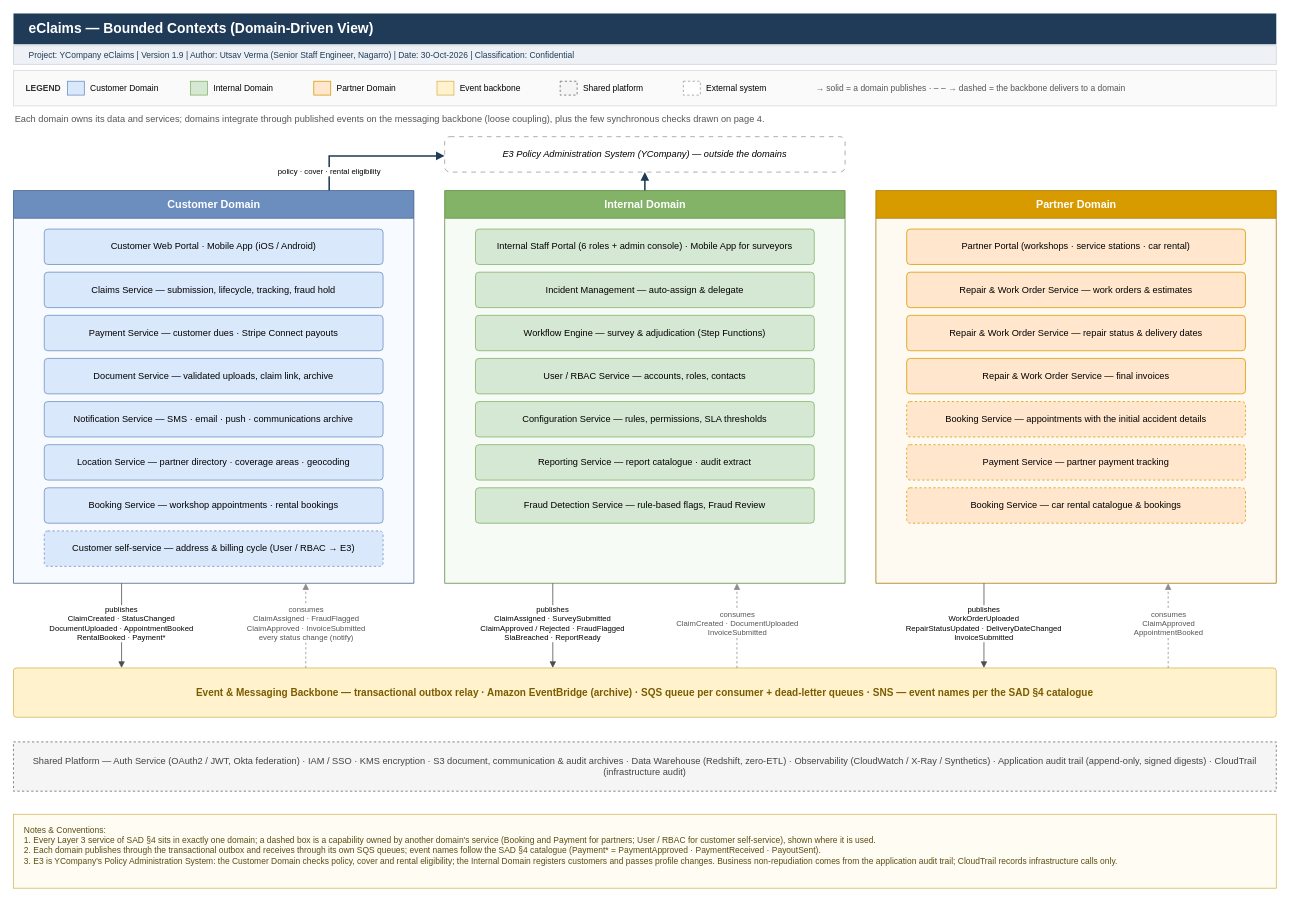
Before: page "Bounded Contexts (Domain View)" (7 of 8) of docs/sad/architecture-diagram.drawio.xml in Utsaverma/insurance-portal, a draw.io diagram. Source tidied: cells renumbered, new cells numbered last; positions are measured from the earlier drawing's top-left corner, leaving out a move shared by most shapes. Both pictures are drawn from the tidied source at 77%, with x=0, y=0 at pixel (13, 13).
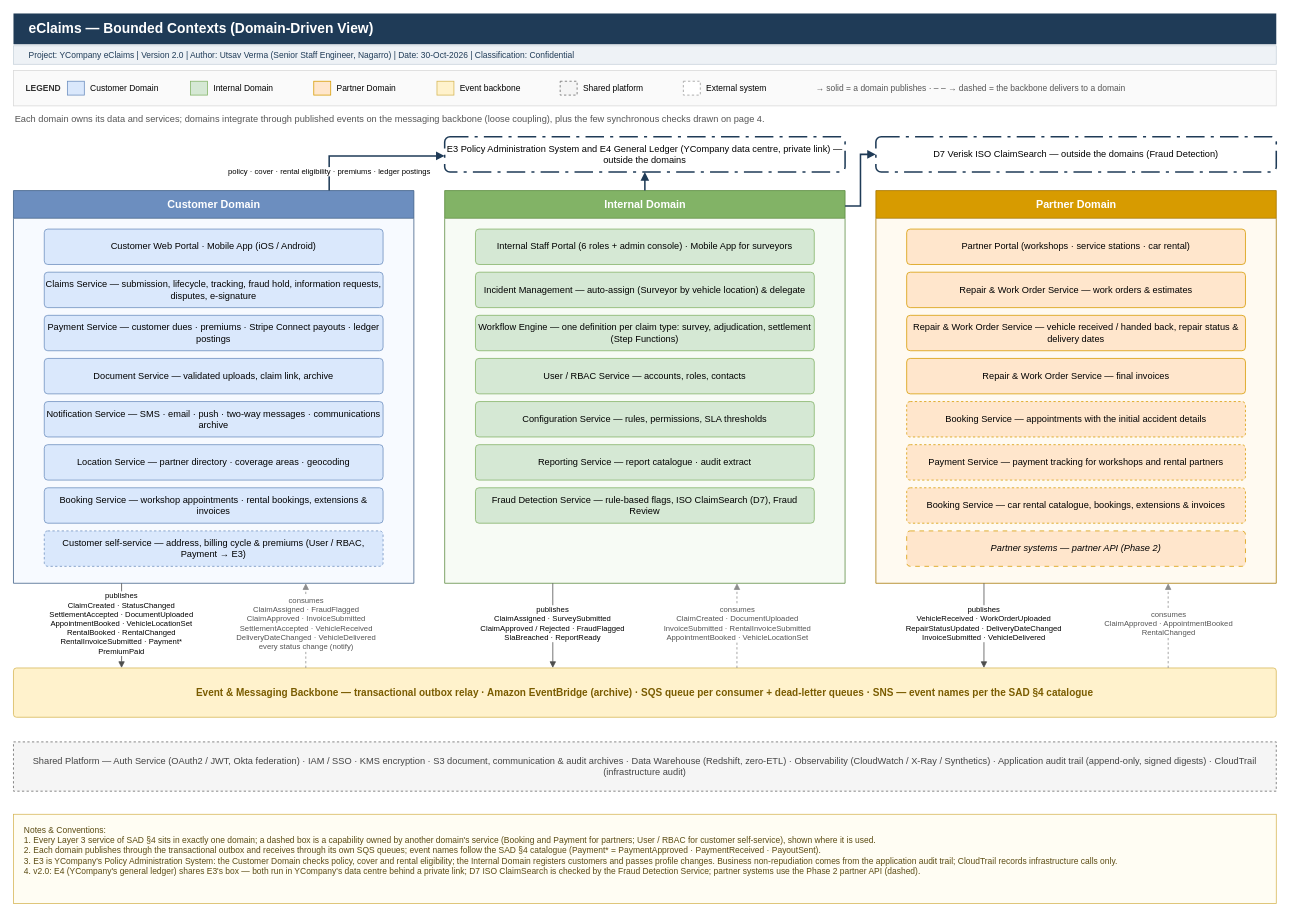
After the change.

The change refers to these unchanged cells:
```xml
<mxCell id="19" value="Customer Domain" style="swimlane;html=1;startSize=36;fontStyle=1;fontSize=14;fontColor=#ffffff;fillColor=#6c8ebf;strokeColor=#3f5f86;swimlaneFillColor=#f7faff;" parent="1" vertex="1">
  <mxGeometry y="230" width="520" height="510" as="geometry" />
</mxCell>
<mxCell id="28" value="Internal Domain" style="swimlane;html=1;startSize=36;fontStyle=1;fontSize=14;fontColor=#ffffff;fillColor=#82b366;strokeColor=#5b8a3f;swimlaneFillColor=#f7fbf5;" parent="1" vertex="1">
  <mxGeometry x="560" y="230" width="520" height="510" as="geometry" />
</mxCell>
<mxCell id="36" value="Partner Domain" style="swimlane;html=1;startSize=36;fontStyle=1;fontSize=14;fontColor=#ffffff;fillColor=#d79b00;strokeColor=#a67600;swimlaneFillColor=#fffaf1;" parent="1" vertex="1">
  <mxGeometry x="1120" y="230" width="520" height="510" as="geometry" />
</mxCell>
<mxCell id="45" value="Event &amp;amp; Messaging Backbone — transactional outbox relay · Amazon EventBridge (archive) · SQS queue per consumer + dead-letter queues · SNS — event names per the SAD §4 catalogue" style="rounded=1;whiteSpace=wrap;html=1;arcSize=6;fontSize=13;fontStyle=1;fillColor=#fff2cc;strokeColor=#d6b656;fontColor=#7a5c00;" parent="1" vertex="1">
  <mxGeometry y="850" width="1640" height="64" as="geometry" />
</mxCell>
```

Diff of the diagram source:
```diff
@@
-    <mxCell id="3" value="Project: YCompany eClaims    |    Version 1.9    |    Author: Utsav Verma (Senior Staff Engineer, Nagarro)    |    Date: 30-Oct-2026    |    Classification: Confidential" style="rounded=0;whiteSpace=wrap;html=1;fillColor=#eef2f6;strokeColor=#c9d3dc;fontColor=#1f3b57;fontSize=11;align=left;verticalAlign=middle;spacingLeft=18;" parent="1" vertex="1">
+    <mxCell id="3" value="Project: YCompany eClaims    |    Version 2.0    |    Author: Utsav Verma (Senior Staff Engineer, Nagarro)    |    Date: 30-Oct-2026    |    Classification: Confidential" style="rounded=0;whiteSpace=wrap;html=1;fillColor=#eef2f6;strokeColor=#c9d3dc;fontColor=#1f3b57;fontSize=11;align=left;verticalAlign=middle;spacingLeft=18;" parent="1" vertex="1">
       <mxGeometry y="42" width="1640" height="24" as="geometry" />
     </mxCell>
@@
-    <mxCell id="21" value="Claims Service — submission, lifecycle, tracking, fraud hold" style="rounded=1;whiteSpace=wrap;html=1;arcSize=10;fontSize=12;fillColor=#dae8fc;strokeColor=#6c8ebf;" parent="19" vertex="1">
+    <mxCell id="21" value="Claims Service — submission, lifecycle, tracking, fraud hold, information requests, disputes, e-signature" style="rounded=1;whiteSpace=wrap;html=1;arcSize=10;fontSize=12;fillColor=#dae8fc;strokeColor=#6c8ebf;" parent="19" vertex="1">
       <mxGeometry x="40" y="106" width="440" height="46" as="geometry" />
     </mxCell>
-    <mxCell id="22" value="Payment Service — customer dues · Stripe Connect payouts" style="rounded=1;whiteSpace=wrap;html=1;arcSize=10;fontSize=12;fillColor=#dae8fc;strokeColor=#6c8ebf;" parent="19" vertex="1">
+    <mxCell id="22" value="Payment Service — customer dues · premiums · Stripe Connect payouts · ledger postings" style="rounded=1;whiteSpace=wrap;html=1;arcSize=10;fontSize=12;fillColor=#dae8fc;strokeColor=#6c8ebf;" parent="19" vertex="1">
       <mxGeometry x="40" y="162" width="440" height="46" as="geometry" />
     </mxCell>
@@
-    <mxCell id="24" value="Notification Service — SMS · email · push · communications archive" style="rounded=1;whiteSpace=wrap;html=1;arcSize=10;fontSize=12;fillColor=#dae8fc;strokeColor=#6c8ebf;" parent="19" vertex="1">
+    <mxCell id="24" value="Notification Service — SMS · email · push · two-way messages · communications archive" style="rounded=1;whiteSpace=wrap;html=1;arcSize=10;fontSize=12;fillColor=#dae8fc;strokeColor=#6c8ebf;" parent="19" vertex="1">
       <mxGeometry x="40" y="274" width="440" height="46" as="geometry" />
     </mxCell>
@@
-    <mxCell id="26" value="Booking Service — workshop appointments · rental bookings" style="rounded=1;whiteSpace=wrap;html=1;arcSize=10;fontSize=12;fillColor=#dae8fc;strokeColor=#6c8ebf;" parent="19" vertex="1">
+    <mxCell id="26" value="Booking Service — workshop appointments · rental bookings, extensions &amp;amp; invoices" style="rounded=1;whiteSpace=wrap;html=1;arcSize=10;fontSize=12;fillColor=#dae8fc;strokeColor=#6c8ebf;" parent="19" vertex="1">
       <mxGeometry x="40" y="386" width="440" height="46" as="geometry" />
     </mxCell>
-    <mxCell id="27" value="Customer self-service — address &amp;amp; billing cycle (User / RBAC → E3)" style="rounded=1;whiteSpace=wrap;html=1;arcSize=10;fontSize=12;fillColor=#dae8fc;strokeColor=#6c8ebf;dashed=1;" parent="19" vertex="1">
+    <mxCell id="27" value="Customer self-service — address, billing cycle &amp;amp; premiums (User / RBAC, Payment → E3)" style="rounded=1;whiteSpace=wrap;html=1;arcSize=10;fontSize=12;fillColor=#dae8fc;strokeColor=#6c8ebf;dashed=1;" parent="19" vertex="1">
       <mxGeometry x="40" y="442" width="440" height="46" as="geometry" />
     </mxCell>
@@
-    <mxCell id="30" value="Incident Management — auto-assign &amp;amp; delegate" style="rounded=1;whiteSpace=wrap;html=1;arcSize=10;fontSize=12;fillColor=#d5e8d4;strokeColor=#82b366;" parent="28" vertex="1">
+    <mxCell id="30" value="Incident Management — auto-assign (Surveyor by vehicle location) &amp;amp; delegate" style="rounded=1;whiteSpace=wrap;html=1;arcSize=10;fontSize=12;fillColor=#d5e8d4;strokeColor=#82b366;" parent="28" vertex="1">
       <mxGeometry x="40" y="106" width="440" height="46" as="geometry" />
     </mxCell>
-    <mxCell id="31" value="Workflow Engine — survey &amp;amp; adjudication (Step Functions)" style="rounded=1;whiteSpace=wrap;html=1;arcSize=10;fontSize=12;fillColor=#d5e8d4;strokeColor=#82b366;" parent="28" vertex="1">
+    <mxCell id="31" value="Workflow Engine — one definition per claim type: survey, adjudication, settlement (Step Functions)" style="rounded=1;whiteSpace=wrap;html=1;arcSize=10;fontSize=12;fillColor=#d5e8d4;strokeColor=#82b366;" parent="28" vertex="1">
       <mxGeometry x="40" y="162" width="440" height="46" as="geometry" />
     </mxCell>
@@
-    <mxCell id="35" value="Fraud Detection Service — rule-based flags, Fraud Review" style="rounded=1;whiteSpace=wrap;html=1;arcSize=10;fontSize=12;fillColor=#d5e8d4;strokeColor=#82b366;" parent="28" vertex="1">
+    <mxCell id="35" value="Fraud Detection Service — rule-based flags, ISO ClaimSearch (D7), Fraud Review" style="rounded=1;whiteSpace=wrap;html=1;arcSize=10;fontSize=12;fillColor=#d5e8d4;strokeColor=#82b366;" parent="28" vertex="1">
       <mxGeometry x="40" y="386" width="440" height="46" as="geometry" />
     </mxCell>
@@
-    <mxCell id="39" value="Repair &amp;amp; Work Order Service — repair status &amp;amp; delivery dates" style="rounded=1;whiteSpace=wrap;html=1;arcSize=10;fontSize=12;fillColor=#ffe6cc;strokeColor=#d79b00;" parent="36" vertex="1">
+    <mxCell id="39" value="Repair &amp;amp; Work Order Service — vehicle received / handed back, repair status &amp;amp; delivery dates" style="rounded=1;whiteSpace=wrap;html=1;arcSize=10;fontSize=12;fillColor=#ffe6cc;strokeColor=#d79b00;" parent="36" vertex="1">
       <mxGeometry x="40" y="162" width="440" height="46" as="geometry" />
     </mxCell>
@@
-    <mxCell id="42" value="Payment Service — partner payment tracking" style="rounded=1;whiteSpace=wrap;html=1;arcSize=10;fontSize=12;fillColor=#ffe6cc;strokeColor=#d79b00;dashed=1;" parent="36" vertex="1">
+    <mxCell id="42" value="Payment Service — payment tracking for workshops and rental partners" style="rounded=1;whiteSpace=wrap;html=1;arcSize=10;fontSize=12;fillColor=#ffe6cc;strokeColor=#d79b00;dashed=1;" parent="36" vertex="1">
       <mxGeometry x="40" y="330" width="440" height="46" as="geometry" />
     </mxCell>
-    <mxCell id="43" value="Booking Service — car rental catalogue &amp;amp; bookings" style="rounded=1;whiteSpace=wrap;html=1;arcSize=10;fontSize=12;fillColor=#ffe6cc;strokeColor=#d79b00;dashed=1;" parent="36" vertex="1">
+    <mxCell id="43" value="Booking Service — car rental catalogue, bookings, extensions &amp;amp; invoices" style="rounded=1;whiteSpace=wrap;html=1;arcSize=10;fontSize=12;fillColor=#ffe6cc;strokeColor=#d79b00;dashed=1;" parent="36" vertex="1">
       <mxGeometry x="40" y="386" width="440" height="46" as="geometry" />
     </mxCell>
-    <mxCell id="44" value="E3 Policy Administration System (YCompany) — outside the domains" style="rounded=1;whiteSpace=wrap;html=1;dashed=1;dashPattern=6 6;fillColor=#ffffff;strokeColor=#999999;fontStyle=2;fontSize=12;" parent="1" vertex="1">
+    <mxCell id="44" value="E3 Policy Administration System and E4 General Ledger (YCompany data centre, private link) — outside the domains" style="rounded=1;whiteSpace=wrap;html=1;dashed=1;dashPattern=12 4 2 4;fillColor=#ffffff;strokeColor=#1f3b57;strokeWidth=2;fontSize=12;" parent="1" vertex="1">
       <mxGeometry x="560" y="160" width="520" height="46" as="geometry" />
     </mxCell>
@@
-    <mxCell id="47" value="publishes&lt;br&gt;ClaimCreated · StatusChanged&lt;br&gt;DocumentUploaded · AppointmentBooked&lt;br&gt;RentalBooked · Payment*" style="edgeStyle=orthogonalEdgeStyle;rounded=0;html=1;fontSize=11;labelBackgroundColor=#ffffff;endArrow=block;endFill=1;jumpStyle=arc;jumpSize=8;strokeColor=#4d4d4d;fontSize=10;exitX=0.27;exitY=1;exitDx=0;exitDy=0;exitPerimeter=0;entryX=0.0856;entryY=0;entryDx=0;entryDy=0;entryPerimeter=0;" parent="1" edge="1" source="19" target="45">
+    <mxCell id="47" value="publishes&lt;br&gt;ClaimCreated · StatusChanged&lt;br&gt;SettlementAccepted · DocumentUploaded&lt;br&gt;AppointmentBooked · VehicleLocationSet&lt;br&gt;RentalBooked · RentalChanged&lt;br&gt;RentalInvoiceSubmitted · Payment*&lt;br&gt;PremiumPaid" style="edgeStyle=orthogonalEdgeStyle;rounded=0;html=1;fontSize=11;labelBackgroundColor=#ffffff;endArrow=block;endFill=1;jumpStyle=arc;jumpSize=8;strokeColor=#4d4d4d;fontSize=10;exitX=0.27;exitY=1;exitDx=0;exitDy=0;exitPerimeter=0;entryX=0.0856;entryY=0;entryDx=0;entryDy=0;entryPerimeter=0;" parent="1" edge="1" source="19" target="45">
       <mxGeometry x="-0.05" relative="1" as="geometry" />
     </mxCell>
-    <mxCell id="48" value="consumes&lt;br&gt;ClaimAssigned · FraudFlagged&lt;br&gt;ClaimApproved · InvoiceSubmitted&lt;br&gt;every status change (notify)" style="edgeStyle=orthogonalEdgeStyle;rounded=0;html=1;fontSize=11;labelBackgroundColor=#ffffff;endArrow=block;endFill=1;jumpStyle=arc;jumpSize=8;strokeColor=#8c8c8c;dashed=1;fontSize=10;fontColor=#555555;exitX=0.2315;exitY=0;exitDx=0;exitDy=0;exitPerimeter=0;entryX=0.73;entryY=1;entryDx=0;entryDy=0;entryPerimeter=0;" parent="1" edge="1" source="45" target="19">
+    <mxCell id="48" value="consumes&lt;br&gt;ClaimAssigned · FraudFlagged&lt;br&gt;ClaimApproved · InvoiceSubmitted&lt;br&gt;SettlementAccepted · VehicleReceived&lt;br&gt;DeliveryDateChanged · VehicleDelivered&lt;br&gt;every status change (notify)" style="edgeStyle=orthogonalEdgeStyle;rounded=0;html=1;fontSize=11;labelBackgroundColor=#ffffff;endArrow=block;endFill=1;jumpStyle=arc;jumpSize=8;strokeColor=#8c8c8c;dashed=1;fontSize=10;fontColor=#555555;exitX=0.2315;exitY=0;exitDx=0;exitDy=0;exitPerimeter=0;entryX=0.73;entryY=1;entryDx=0;entryDy=0;entryPerimeter=0;" parent="1" edge="1" source="45" target="19">
       <mxGeometry x="0.05" relative="1" as="geometry" />
     </mxCell>
@@
-    <mxCell id="50" value="consumes&lt;br&gt;ClaimCreated · DocumentUploaded&lt;br&gt;InvoiceSubmitted" style="edgeStyle=orthogonalEdgeStyle;rounded=0;html=1;fontSize=11;labelBackgroundColor=#ffffff;endArrow=block;endFill=1;jumpStyle=arc;jumpSize=8;strokeColor=#8c8c8c;dashed=1;fontSize=10;fontColor=#555555;exitX=0.5729;exitY=0;exitDx=0;exitDy=0;exitPerimeter=0;entryX=0.73;entryY=1;entryDx=0;entryDy=0;entryPerimeter=0;" parent="1" edge="1" source="45" target="28">
+    <mxCell id="50" value="consumes&lt;br&gt;ClaimCreated · DocumentUploaded&lt;br&gt;InvoiceSubmitted · RentalInvoiceSubmitted&lt;br&gt;AppointmentBooked · VehicleLocationSet" style="edgeStyle=orthogonalEdgeStyle;rounded=0;html=1;fontSize=11;labelBackgroundColor=#ffffff;endArrow=block;endFill=1;jumpStyle=arc;jumpSize=8;strokeColor=#8c8c8c;dashed=1;fontSize=10;fontColor=#555555;exitX=0.5729;exitY=0;exitDx=0;exitDy=0;exitPerimeter=0;entryX=0.73;entryY=1;entryDx=0;entryDy=0;entryPerimeter=0;" parent="1" edge="1" source="45" target="28">
       <mxGeometry x="0.05" relative="1" as="geometry" />
     </mxCell>
-    <mxCell id="51" value="publishes&lt;br&gt;WorkOrderUploaded&lt;br&gt;RepairStatusUpdated · DeliveryDateChanged&lt;br&gt;InvoiceSubmitted" style="edgeStyle=orthogonalEdgeStyle;rounded=0;html=1;fontSize=11;labelBackgroundColor=#ffffff;endArrow=block;endFill=1;jumpStyle=arc;jumpSize=8;strokeColor=#4d4d4d;fontSize=10;exitX=0.27;exitY=1;exitDx=0;exitDy=0;exitPerimeter=0;entryX=0.7685;entryY=0;entryDx=0;entryDy=0;entryPerimeter=0;" parent="1" edge="1" source="36" target="45">
+    <mxCell id="51" value="publishes&lt;br&gt;VehicleReceived · WorkOrderUploaded&lt;br&gt;RepairStatusUpdated · DeliveryDateChanged&lt;br&gt;InvoiceSubmitted · VehicleDelivered" style="edgeStyle=orthogonalEdgeStyle;rounded=0;html=1;fontSize=11;labelBackgroundColor=#ffffff;endArrow=block;endFill=1;jumpStyle=arc;jumpSize=8;strokeColor=#4d4d4d;fontSize=10;exitX=0.27;exitY=1;exitDx=0;exitDy=0;exitPerimeter=0;entryX=0.7685;entryY=0;entryDx=0;entryDy=0;entryPerimeter=0;" parent="1" edge="1" source="36" target="45">
       <mxGeometry x="-0.05" relative="1" as="geometry" />
     </mxCell>
-    <mxCell id="52" value="consumes&lt;br&gt;ClaimApproved&lt;br&gt;AppointmentBooked" style="edgeStyle=orthogonalEdgeStyle;rounded=0;html=1;fontSize=11;labelBackgroundColor=#ffffff;endArrow=block;endFill=1;jumpStyle=arc;jumpSize=8;strokeColor=#8c8c8c;dashed=1;fontSize=10;fontColor=#555555;exitX=0.9144;exitY=0;exitDx=0;exitDy=0;exitPerimeter=0;entryX=0.73;entryY=1;entryDx=0;entryDy=0;entryPerimeter=0;" parent="1" edge="1" source="45" target="36">
+    <mxCell id="52" value="consumes&lt;br&gt;ClaimApproved · AppointmentBooked&lt;br&gt;RentalChanged" style="edgeStyle=orthogonalEdgeStyle;rounded=0;html=1;fontSize=11;labelBackgroundColor=#ffffff;endArrow=block;endFill=1;jumpStyle=arc;jumpSize=8;strokeColor=#8c8c8c;dashed=1;fontSize=10;fontColor=#555555;exitX=0.9144;exitY=0;exitDx=0;exitDy=0;exitPerimeter=0;entryX=0.73;entryY=1;entryDx=0;entryDy=0;entryPerimeter=0;" parent="1" edge="1" source="45" target="36">
       <mxGeometry x="0.05" relative="1" as="geometry" />
     </mxCell>
-    <mxCell id="53" value="policy · cover · rental eligibility" style="edgeStyle=orthogonalEdgeStyle;rounded=0;html=1;fontSize=11;labelBackgroundColor=#ffffff;endArrow=block;endFill=1;jumpStyle=arc;jumpSize=8;strokeColor=#1f3b57;strokeWidth=2;fontSize=10;exitX=0.7885;exitY=0;exitDx=0;exitDy=0;exitPerimeter=0;entryX=0;entryY=0.5435;entryDx=0;entryDy=0;entryPerimeter=0;" parent="1" edge="1" source="19" target="44">
+    <mxCell id="53" value="policy · cover · rental eligibility · premiums · ledger postings" style="edgeStyle=orthogonalEdgeStyle;rounded=0;html=1;fontSize=11;labelBackgroundColor=#ffffff;endArrow=block;endFill=1;jumpStyle=arc;jumpSize=8;strokeColor=#1f3b57;strokeWidth=2;fontSize=10;exitX=0.7885;exitY=0;exitDx=0;exitDy=0;exitPerimeter=0;entryX=0;entryY=0.5435;entryDx=0;entryDy=0;entryPerimeter=0;" parent="1" edge="1" source="19" target="44">
       <mxGeometry x="-0.74" relative="1" as="geometry">
         <Array as="points">
           <mxPoint x="410" y="185" />
         </Array>
       </mxGeometry>
     </mxCell>
@@
+    <mxCell id="56" value="D7 Verisk ISO ClaimSearch — outside the domains (Fraud Detection)" style="rounded=1;whiteSpace=wrap;html=1;dashed=1;dashPattern=12 4 2 4;fillColor=#ffffff;strokeColor=#1f3b57;strokeWidth=2;fontSize=12;" parent="1" vertex="1">
+      <mxGeometry x="1120" y="160" width="520" height="46" as="geometry" />
+    </mxCell>
+    <mxCell id="57" value="Partner systems — partner API (Phase 2)" style="rounded=1;whiteSpace=wrap;html=1;arcSize=10;fontSize=12;fillColor=#ffe6cc;strokeColor=#d79b00;dashed=1;dashPattern=6 6;fontStyle=2;" parent="36" vertex="1">
+      <mxGeometry x="40" y="442" width="440" height="46" as="geometry" />
+    </mxCell>
+    <mxCell id="58" style="edgeStyle=orthogonalEdgeStyle;rounded=0;html=1;fontSize=11;labelBackgroundColor=#ffffff;endArrow=block;endFill=1;jumpStyle=arc;jumpSize=8;strokeColor=#1f3b57;strokeWidth=2;fontSize=10;exitX=1;exitY=0.0392;exitDx=0;exitDy=0;exitPerimeter=0;entryX=0;entryY=0.5;entryDx=0;entryDy=0;entryPerimeter=0;" parent="1" edge="1" source="28" target="56">
+      <mxGeometry relative="1" as="geometry">
+        <Array as="points">
+          <mxPoint x="1100" y="250" />
+          <mxPoint x="1100" y="183" />
+        </Array>
+      </mxGeometry>
+    </mxCell>
-    <mxCell id="55" value="Notes &amp;amp; Conventions:&lt;br&gt;1. Every Layer 3 service of SAD §4 sits in exactly one domain; a dashed box is a capability owned by another domain&amp;#39;s service (Booking and Payment for partners; User / RBAC for customer self-service), shown where it is used.&lt;br&gt;2. Each domain publishes through the transactional outbox and receives through its own SQS queues; event names follow the SAD §4 catalogue (Payment* = PaymentApproved · PaymentReceived · PayoutSent).&lt;br&gt;3. E3 is YCompany&amp;#39;s Policy Administration System: the Customer Domain checks policy, cover and rental eligibility; the Internal Domain registers customers and passes profile changes. Business non-repudiation comes from the application audit trail; CloudTrail records infrastructure calls only." style="rounded=0;whiteSpace=wrap;html=1;fillColor=#fffdf3;strokeColor=#d6b656;fontColor=#5b4b12;fontSize=11;align=left;verticalAlign=top;spacingLeft=12;spacingTop=8;" parent="1" vertex="1">
-      <mxGeometry y="1040" width="1640" height="96" as="geometry" />
+    <mxCell id="55" value="Notes &amp;amp; Conventions:&lt;br&gt;1. Every Layer 3 service of SAD §4 sits in exactly one domain; a dashed box is a capability owned by another domain&amp;#39;s service (Booking and Payment for partners; User / RBAC for customer self-service), shown where it is used.&lt;br&gt;2. Each domain publishes through the transactional outbox and receives through its own SQS queues; event names follow the SAD §4 catalogue (Payment* = PaymentApproved · PaymentReceived · PayoutSent).&lt;br&gt;3. E3 is YCompany&amp;#39;s Policy Administration System: the Customer Domain checks policy, cover and rental eligibility; the Internal Domain registers customers and passes profile changes. Business non-repudiation comes from the application audit trail; CloudTrail records infrastructure calls only.&lt;br&gt;4. v2.0: E4 (YCompany&amp;#39;s general ledger) shares E3&amp;#39;s box — both run in YCompany&amp;#39;s data centre behind a private link; D7 ISO ClaimSearch is checked by the Fraud Detection Service; partner systems use the Phase 2 partner API (dashed)." style="rounded=0;whiteSpace=wrap;html=1;fillColor=#fffdf3;strokeColor=#d6b656;fontColor=#5b4b12;fontSize=11;align=left;verticalAlign=top;spacingLeft=12;spacingTop=8;" parent="1" vertex="1">
+      <mxGeometry y="1040" width="1640" height="116" as="geometry" />
     </mxCell>
```
